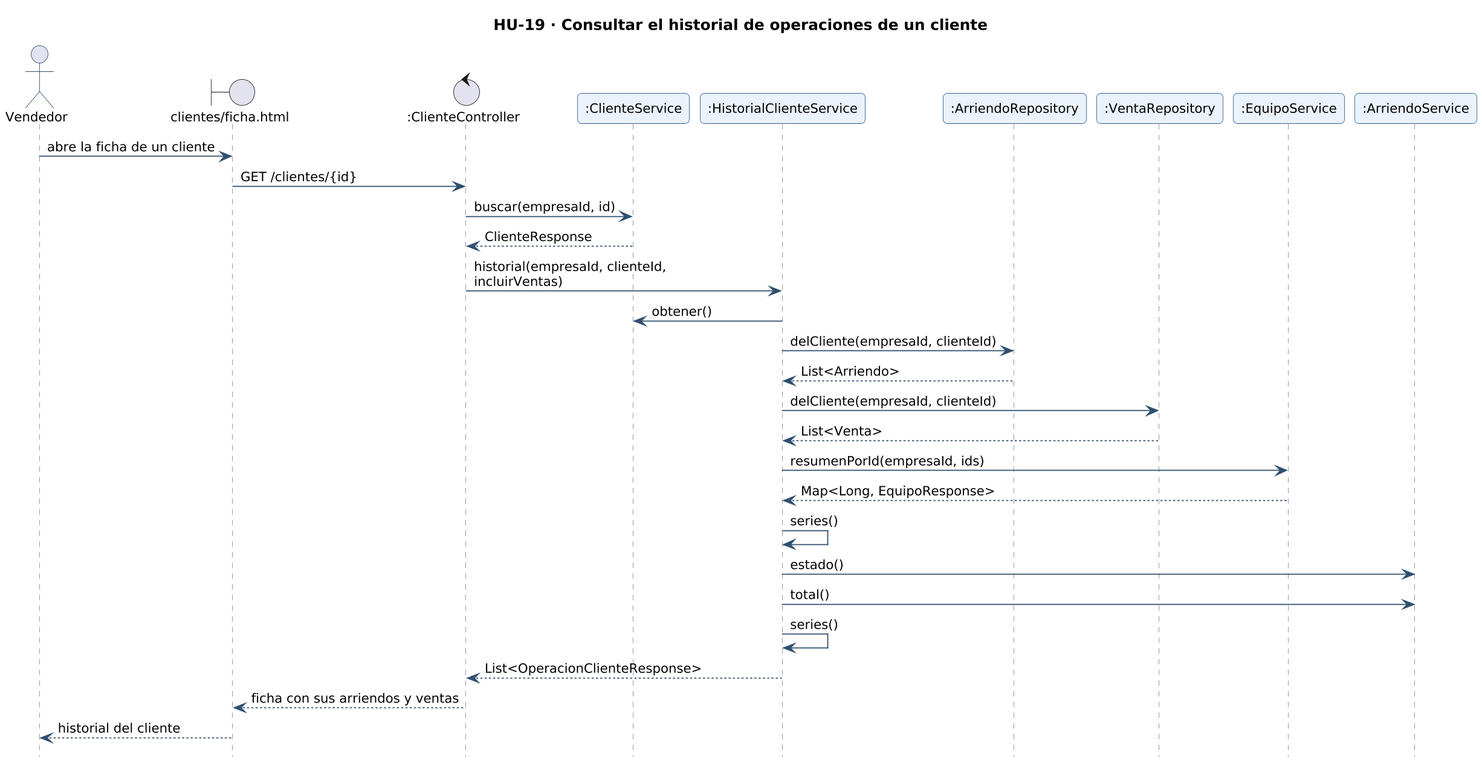
This is docs/diagramas/secuencia-hu-19.png from gonzaloarenasduoc/Mira, a PlantUML export, as it was before one commit.
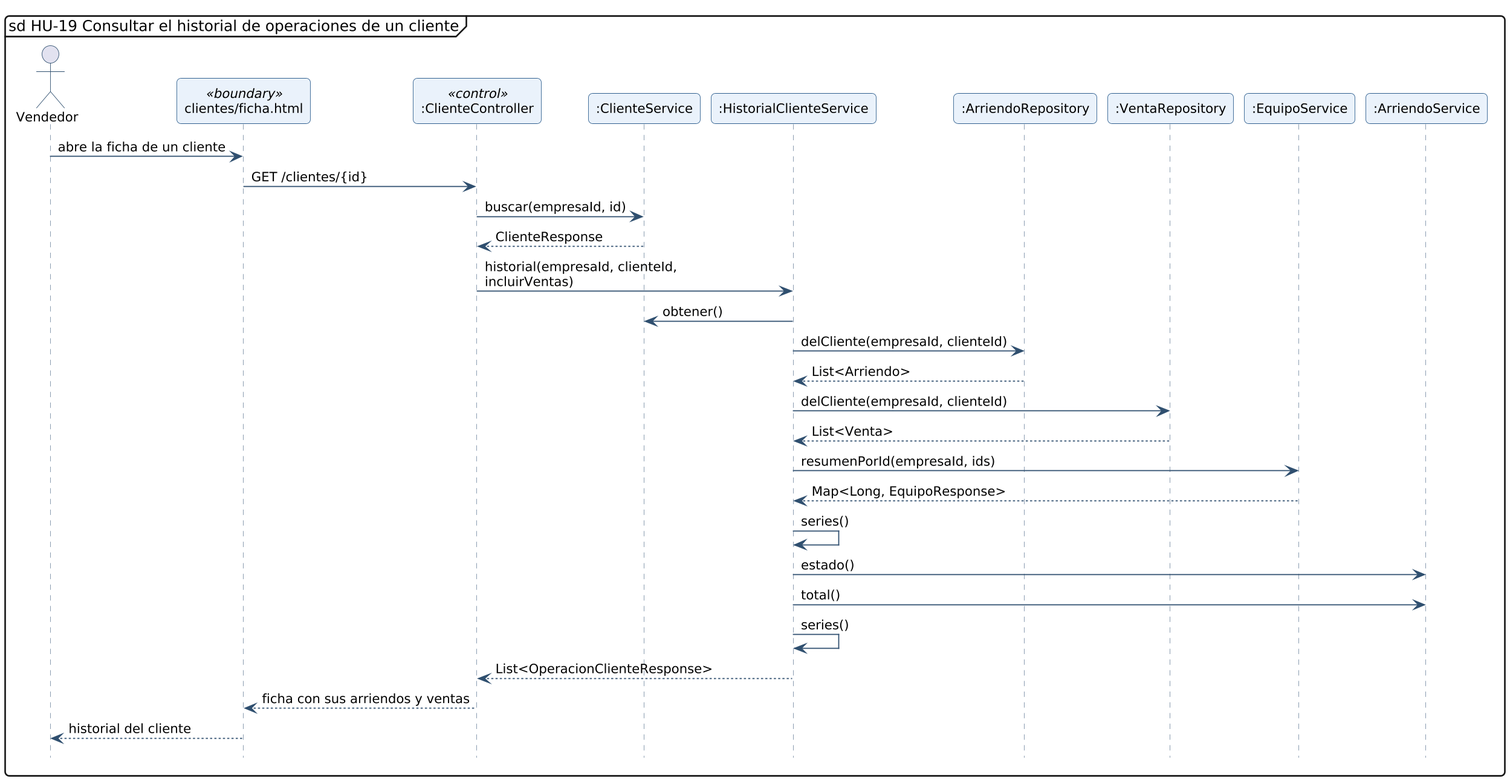
Later version of the same file.

What changed in the source:
```diff
@@ -3,10 +3,10 @@
 hide footbox
 skinparam maxMessageSize 260
 skinparam sequenceMessageAlign left
-title HU-19 · Consultar el historial de operaciones de un cliente
+mainframe sd HU-19 Consultar el historial de operaciones de un cliente
 actor "Vendedor" as A
-boundary "clientes/ficha.html" as L_VISTA_clientes_ficha
-control ":ClienteController" as L_ClienteController
+participant "clientes/ficha.html" as L_VISTA_clientes_ficha <<boundary>>
+participant ":ClienteController" as L_ClienteController <<control>>
 participant ":ClienteService" as L_ClienteService
 participant ":HistorialClienteService" as L_HistorialClienteService
 participant ":ArriendoRepository" as L_ArriendoRepository
```
